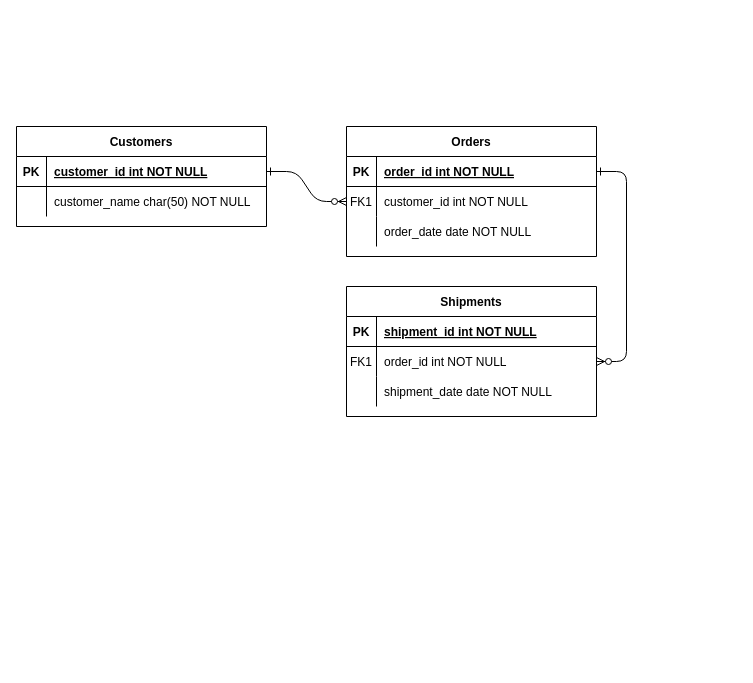
This is Pizza Diagram.drawio from CNuncio/database-exercises, a draw.io file, before an edit. Source tidied: cells renumbered, new cells numbered last; positions are measured from the earlier drawing's top-left corner, leaving out a move shared by most shapes. Both pictures are drawn from the tidied source at 100%, with x=0, y=0 at pixel (16, 126).
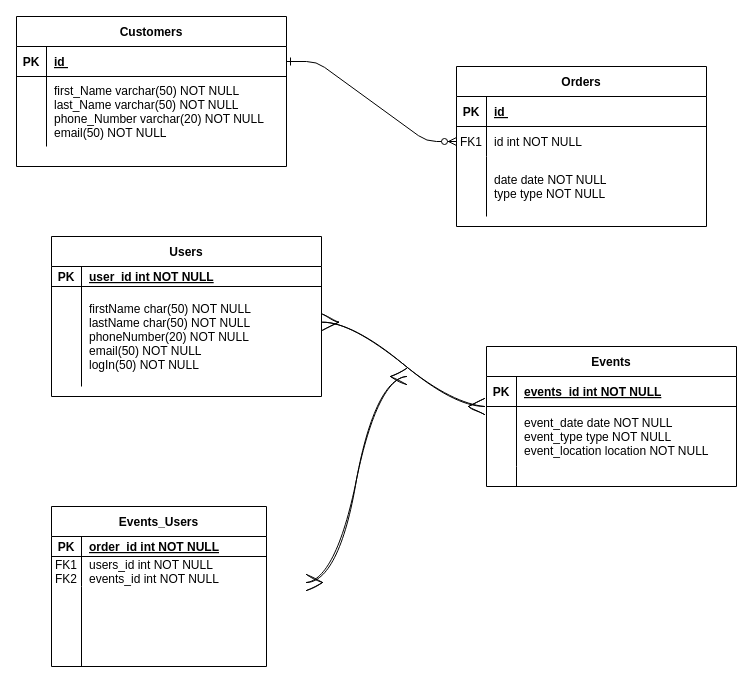
The same page after the edit.

Commit message:
Update Pizza/EventsUsers Diagram.drawio

The change refers to these unchanged cells:
```xml
<mxCell id="5" style="shape=partialRectangle;fillColor=none;points=[[0,0.5],[1,0.5]];portConstraint=eastwest;top=0;left=0;right=0;bottom=1;" parent="4" vertex="1">
  <mxGeometry y="30" width="250" height="30" as="geometry" />
</mxCell>
<mxCell id="8" style="shape=partialRectangle;fillColor=none;points=[[0,0.5],[1,0.5]];portConstraint=eastwest;top=0;left=0;right=0;bottom=0;" parent="4" vertex="1">
  <mxGeometry y="60" width="250" height="30" as="geometry" />
</mxCell>
```

The edit, as a diff of the source:
```diff
@@
-    <mxCell id="3" style="edgeStyle=entityRelationEdgeStyle;endArrow=ERzeroToMany;startArrow=ERone;endFill=1;startFill=0;" parent="1" edge="1" source="5" target="18">
-      <mxGeometry relative="1" as="geometry" />
-    </mxCell>
     <mxCell id="4" value="Orders" style="shape=table;startSize=30;childLayout=tableLayout;rowLines=0;fontStyle=1;align=center;" parent="1" vertex="1">
-      <mxGeometry x="330" width="250" height="130" as="geometry" />
+      <mxGeometry x="440" y="-60" width="250" height="160" as="geometry" />
     </mxCell>
@@
-    <mxCell id="7" value="order_id int NOT NULL " style="shape=partialRectangle;overflow=hidden;fillColor=none;top=0;left=0;bottom=0;right=0;align=left;spacingLeft=6;fontStyle=5;" parent="5" vertex="1">
+    <mxCell id="7" value="id " style="shape=partialRectangle;overflow=hidden;fillColor=none;top=0;left=0;bottom=0;right=0;align=left;spacingLeft=6;fontStyle=5;" parent="5" vertex="1">
       <mxGeometry x="30" width="220" height="30" as="geometry" />
     </mxCell>
@@
-    <mxCell id="10" value="customer_id int NOT NULL" style="shape=partialRectangle;overflow=hidden;fillColor=none;top=0;left=0;bottom=0;right=0;align=left;spacingLeft=6;" parent="8" vertex="1">
+    <mxCell id="10" value="id int NOT NULL" style="shape=partialRectangle;overflow=hidden;fillColor=none;top=0;left=0;bottom=0;right=0;align=left;spacingLeft=6;" parent="8" vertex="1">
       <mxGeometry x="30" width="220" height="30" as="geometry" />
     </mxCell>
     <mxCell id="11" style="shape=partialRectangle;fillColor=none;top=0;left=0;right=0;bottom=0;" parent="4" vertex="1">
-      <mxGeometry y="90" width="250" height="30" as="geometry" />
+      <mxGeometry y="90" width="250" height="60" as="geometry" />
     </mxCell>
     <mxCell id="12" style="shape=partialRectangle;overflow=hidden;fillColor=none;top=0;left=0;bottom=0;right=0;" parent="11" vertex="1">
-      <mxGeometry width="30" height="30" as="geometry" />
+      <mxGeometry width="30" height="60" as="geometry" />
     </mxCell>
-    <mxCell id="13" value="order_date date NOT NULL" style="shape=partialRectangle;overflow=hidden;fillColor=none;top=0;left=0;bottom=0;right=0;align=left;spacingLeft=6;" parent="11" vertex="1">
-      <mxGeometry x="30" width="220" height="30" as="geometry" />
+    <mxCell id="13" value="date date NOT NULL&#10;type type NOT NULL" style="shape=partialRectangle;overflow=hidden;fillColor=none;top=0;left=0;bottom=0;right=0;align=left;spacingLeft=6;" parent="11" vertex="1">
+      <mxGeometry x="30" width="220" height="60" as="geometry" />
     </mxCell>
-    <mxCell id="14" value="Shipments" style="shape=table;startSize=30;childLayout=tableLayout;rowLines=0;fontStyle=1;align=center;" parent="1" vertex="1">
-      <mxGeometry x="330" y="160" width="250" height="130" as="geometry" />
-    </mxCell>
-    <mxCell id="15" style="shape=partialRectangle;fillColor=none;top=0;left=0;right=0;bottom=1;" parent="14" vertex="1">
-      <mxGeometry y="30" width="250" height="30" as="geometry" />
-    </mxCell>
-    <mxCell id="16" value="PK" style="shape=partialRectangle;overflow=hidden;fillColor=none;top=0;left=0;bottom=0;right=0;fontStyle=1;" parent="15" vertex="1">
-      <mxGeometry width="30" height="30" as="geometry" />
-    </mxCell>
-    <mxCell id="17" value="shipment_id int NOT NULL " style="shape=partialRectangle;overflow=hidden;fillColor=none;top=0;left=0;bottom=0;right=0;align=left;spacingLeft=6;fontStyle=5;" parent="15" vertex="1">
-      <mxGeometry x="30" width="220" height="30" as="geometry" />
-    </mxCell>
-    <mxCell id="18" style="shape=partialRectangle;fillColor=none;points=[[0,0.5],[1,0.5]];portConstraint=eastwest;top=0;left=0;right=0;bottom=0;" parent="14" vertex="1">
-      <mxGeometry y="60" width="250" height="30" as="geometry" />
-    </mxCell>
-    <mxCell id="19" value="FK1" style="shape=partialRectangle;overflow=hidden;fillColor=none;top=0;left=0;bottom=0;right=0;" parent="18" vertex="1">
-      <mxGeometry width="30" height="30" as="geometry" />
-    </mxCell>
-    <mxCell id="20" value="order_id int NOT NULL" style="shape=partialRectangle;overflow=hidden;fillColor=none;top=0;left=0;bottom=0;right=0;align=left;spacingLeft=6;" parent="18" vertex="1">
-      <mxGeometry x="30" width="220" height="30" as="geometry" />
-    </mxCell>
-    <mxCell id="21" style="shape=partialRectangle;fillColor=none;top=0;left=0;right=0;bottom=0;" parent="14" vertex="1">
-      <mxGeometry y="90" width="250" height="30" as="geometry" />
-    </mxCell>
-    <mxCell id="22" style="shape=partialRectangle;overflow=hidden;fillColor=none;top=0;left=0;bottom=0;right=0;" parent="21" vertex="1">
-      <mxGeometry width="30" height="30" as="geometry" />
-    </mxCell>
-    <mxCell id="23" value="shipment_date date NOT NULL" style="shape=partialRectangle;overflow=hidden;fillColor=none;top=0;left=0;bottom=0;right=0;align=left;spacingLeft=6;" parent="21" vertex="1">
-      <mxGeometry x="30" width="220" height="30" as="geometry" />
-    </mxCell>
     <mxCell id="24" value="Customers" style="shape=table;startSize=30;childLayout=tableLayout;rowLines=0;fontStyle=1;align=center;" parent="1" vertex="1">
-      <mxGeometry width="250" height="100" as="geometry" />
+      <mxGeometry y="-110" width="270" height="150" as="geometry" />
     </mxCell>
     <mxCell id="25" style="shape=partialRectangle;fillColor=none;points=[[0,0.5],[1,0.5]];portConstraint=eastwest;top=0;left=0;right=0;bottom=1;" parent="24" vertex="1">
-      <mxGeometry y="30" width="250" height="30" as="geometry" />
+      <mxGeometry y="30" width="270" height="30" as="geometry" />
     </mxCell>
@@
-    <mxCell id="27" value="customer_id int NOT NULL " style="shape=partialRectangle;overflow=hidden;fillColor=none;top=0;left=0;bottom=0;right=0;align=left;spacingLeft=6;fontStyle=5;" parent="25" vertex="1">
-      <mxGeometry x="30" width="220" height="30" as="geometry" />
+    <mxCell id="27" value="id " style="shape=partialRectangle;overflow=hidden;fillColor=none;top=0;left=0;bottom=0;right=0;align=left;spacingLeft=6;fontStyle=5;" parent="25" vertex="1">
+      <mxGeometry x="30" width="240" height="30" as="geometry" />
     </mxCell>
     <mxCell id="28" style="shape=partialRectangle;fillColor=none;top=0;left=0;right=0;bottom=0;" parent="24" vertex="1">
-      <mxGeometry y="60" width="250" height="30" as="geometry" />
+      <mxGeometry y="60" width="270" height="70" as="geometry" />
     </mxCell>
     <mxCell id="29" style="shape=partialRectangle;overflow=hidden;fillColor=none;top=0;left=0;bottom=0;right=0;" parent="28" vertex="1">
-      <mxGeometry width="30" height="30" as="geometry" />
+      <mxGeometry width="30" height="70" as="geometry" />
     </mxCell>
-    <mxCell id="30" value="customer_name char(50) NOT NULL" style="shape=partialRectangle;overflow=hidden;fillColor=none;top=0;left=0;bottom=0;right=0;align=left;spacingLeft=6;" parent="28" vertex="1">
-      <mxGeometry x="30" width="220" height="30" as="geometry" />
+    <mxCell id="30" value="first_Name varchar(50) NOT NULL&#10;last_Name varchar(50) NOT NULL&#10;phone_Number varchar(20) NOT NULL&#10;email(50) NOT NULL" style="shape=partialRectangle;overflow=hidden;fillColor=none;top=0;left=0;bottom=0;right=0;align=left;spacingLeft=6;" parent="28" vertex="1">
+      <mxGeometry x="30" width="240" height="70" as="geometry" />
     </mxCell>
+    <mxCell id="31" value="Users" style="shape=table;startSize=30;childLayout=tableLayout;rowLines=0;fontStyle=1;align=center;" parent="1" vertex="1">
+      <mxGeometry x="35" y="110" width="270" height="160" as="geometry" />
+    </mxCell>
+    <mxCell id="32" style="shape=partialRectangle;fillColor=none;top=0;left=0;right=0;bottom=1;" parent="31" vertex="1">
+      <mxGeometry y="30" width="270" height="20" as="geometry" />
+    </mxCell>
+    <mxCell id="33" value="PK" style="shape=partialRectangle;overflow=hidden;fillColor=none;top=0;left=0;bottom=0;right=0;fontStyle=1;" parent="32" vertex="1">
+      <mxGeometry width="30" height="20" as="geometry" />
+    </mxCell>
+    <mxCell id="34" value="user_id int NOT NULL " style="shape=partialRectangle;overflow=hidden;fillColor=none;top=0;left=0;bottom=0;right=0;align=left;spacingLeft=6;fontStyle=5;" parent="32" vertex="1">
+      <mxGeometry x="30" width="240" height="20" as="geometry" />
+    </mxCell>
+    <mxCell id="35" style="shape=partialRectangle;fillColor=none;points=[[0,0.5],[1,0.5]];portConstraint=eastwest;top=0;left=0;right=0;bottom=0;" parent="31" vertex="1">
+      <mxGeometry y="50" width="270" height="100" as="geometry" />
+    </mxCell>
+    <mxCell id="36" style="shape=partialRectangle;overflow=hidden;fillColor=none;top=0;left=0;bottom=0;right=0;" parent="35" vertex="1">
+      <mxGeometry width="30" height="100" as="geometry" />
+    </mxCell>
+    <mxCell id="37" value="firstName char(50) NOT NULL&#10;lastName char(50) NOT NULL&#10;phoneNumber(20) NOT NULL&#10;email(50) NOT NULL&#10;logIn(50) NOT NULL" style="shape=partialRectangle;overflow=hidden;fillColor=none;top=0;left=0;bottom=0;right=0;align=left;spacingLeft=6;" parent="35" vertex="1">
+      <mxGeometry x="30" width="240" height="100" as="geometry" />
+    </mxCell>
+    <mxCell id="38" value="Events" style="shape=table;startSize=30;childLayout=tableLayout;rowLines=0;fontStyle=1;align=center;" parent="1" vertex="1">
+      <mxGeometry x="470" y="220" width="250" height="140" as="geometry" />
+    </mxCell>
+    <mxCell id="15" style="shape=partialRectangle;fillColor=none;top=0;left=0;right=0;bottom=1;" parent="38" vertex="1">
+      <mxGeometry y="30" width="250" height="30" as="geometry" />
+    </mxCell>
+    <mxCell id="16" value="PK" style="shape=partialRectangle;overflow=hidden;fillColor=none;top=0;left=0;bottom=0;right=0;fontStyle=1;" parent="15" vertex="1">
+      <mxGeometry width="30" height="30" as="geometry" />
+    </mxCell>
+    <mxCell id="39" value="events_id int NOT NULL " style="shape=partialRectangle;overflow=hidden;fillColor=none;top=0;left=0;bottom=0;right=0;align=left;spacingLeft=6;fontStyle=5;" parent="15" vertex="1">
+      <mxGeometry x="30" width="220" height="30" as="geometry" />
+    </mxCell>
+    <mxCell id="40" style="shape=partialRectangle;fillColor=none;points=[[0,0.5],[1,0.5]];portConstraint=eastwest;top=0;left=0;right=0;bottom=0;" parent="38" vertex="1">
+      <mxGeometry y="60" width="250" height="60" as="geometry" />
+    </mxCell>
+    <mxCell id="41" style="shape=partialRectangle;overflow=hidden;fillColor=none;top=0;left=0;bottom=0;right=0;" parent="40" vertex="1">
+      <mxGeometry width="30" height="60" as="geometry" />
+    </mxCell>
+    <mxCell id="42" value="event_date date NOT NULL&#10;event_type type NOT NULL&#10;event_location location NOT NULL" style="shape=partialRectangle;overflow=hidden;fillColor=none;top=0;left=0;bottom=0;right=0;align=left;spacingLeft=6;" parent="40" vertex="1">
+      <mxGeometry x="30" width="220" height="60" as="geometry" />
+    </mxCell>
+    <mxCell id="43" style="shape=partialRectangle;fillColor=none;top=0;left=0;right=0;bottom=0;" parent="38" vertex="1">
+      <mxGeometry y="120" width="250" height="20" as="geometry" />
+    </mxCell>
+    <mxCell id="44" style="shape=partialRectangle;overflow=hidden;fillColor=none;top=0;left=0;bottom=0;right=0;" parent="43" vertex="1">
+      <mxGeometry width="30" height="20" as="geometry" />
+    </mxCell>
+    <mxCell id="45" style="shape=partialRectangle;overflow=hidden;fillColor=none;top=0;left=0;bottom=0;right=0;align=left;spacingLeft=6;" parent="43" vertex="1">
+      <mxGeometry x="30" width="220" height="20" as="geometry" />
+    </mxCell>
+    <mxCell id="46" style="edgeStyle=entityRelationEdgeStyle;fontSize=12;html=1;endArrow=ERmany;startArrow=ERmany;rounded=0;sketch=1;hachureGap=4;fontFamily=Architects Daughter;startSize=14;endSize=14;sourcePerimeterSpacing=8;targetPerimeterSpacing=8;curved=1;entryX=-0.008;entryY=0;entryDx=0;entryDy=0;entryPerimeter=0;exitX=1.004;exitY=0.357;exitDx=0;exitDy=0;exitPerimeter=0;" parent="1" edge="1" source="35" target="40">
+      <mxGeometry relative="1" as="geometry" />
+    </mxCell>
+    <mxCell id="47" value="Events_Users" style="shape=table;startSize=30;childLayout=tableLayout;rowLines=0;fontStyle=1;align=center;" parent="1" vertex="1">
+      <mxGeometry x="35" y="380" width="215" height="160" as="geometry" />
+    </mxCell>
+    <mxCell id="48" style="shape=partialRectangle;fillColor=none;top=0;left=0;right=0;bottom=1;" parent="47" vertex="1">
+      <mxGeometry y="30" width="215" height="20" as="geometry" />
+    </mxCell>
+    <mxCell id="49" value="PK" style="shape=partialRectangle;overflow=hidden;fillColor=none;top=0;left=0;bottom=0;right=0;fontStyle=1;" parent="48" vertex="1">
+      <mxGeometry width="30" height="20" as="geometry" />
+    </mxCell>
+    <mxCell id="20" value="order_id int NOT NULL " style="shape=partialRectangle;overflow=hidden;fillColor=none;top=0;left=0;bottom=0;right=0;align=left;spacingLeft=6;fontStyle=5;" parent="48" vertex="1">
+      <mxGeometry x="30" width="185" height="20" as="geometry" />
+    </mxCell>
+    <mxCell id="50" style="shape=partialRectangle;fillColor=none;top=0;left=0;right=0;bottom=0;" parent="47" vertex="1">
+      <mxGeometry y="50" width="215" height="30" as="geometry" />
+    </mxCell>
+    <mxCell id="51" value="FK1&#10;FK2" style="shape=partialRectangle;overflow=hidden;fillColor=none;top=0;left=0;bottom=0;right=0;" parent="50" vertex="1">
+      <mxGeometry width="30" height="30" as="geometry" />
+    </mxCell>
+    <mxCell id="52" value="users_id int NOT NULL&#10;events_id int NOT NULL" style="shape=partialRectangle;overflow=hidden;fillColor=none;top=0;left=0;bottom=0;right=0;align=left;spacingLeft=6;" parent="50" vertex="1">
+      <mxGeometry x="30" width="185" height="30" as="geometry" />
+    </mxCell>
+    <mxCell id="53" style="shape=partialRectangle;fillColor=none;top=0;left=0;right=0;bottom=0;" parent="47" vertex="1">
+      <mxGeometry y="80" width="215" height="80" as="geometry" />
+    </mxCell>
+    <mxCell id="54" style="shape=partialRectangle;overflow=hidden;fillColor=none;top=0;left=0;bottom=0;right=0;" parent="53" vertex="1">
+      <mxGeometry width="30" height="80" as="geometry" />
+    </mxCell>
+    <mxCell id="55" style="shape=partialRectangle;overflow=hidden;fillColor=none;top=0;left=0;bottom=0;right=0;align=left;spacingLeft=6;" parent="53" vertex="1">
+      <mxGeometry x="30" width="185" height="80" as="geometry" />
+    </mxCell>
+    <mxCell id="56" style="edgeStyle=entityRelationEdgeStyle;fontSize=12;html=1;endArrow=ERmany;startArrow=ERmany;rounded=0;sketch=1;hachureGap=4;fontFamily=Architects Daughter;startSize=14;endSize=14;sourcePerimeterSpacing=8;targetPerimeterSpacing=8;curved=1;exitX=1.004;exitY=0.357;exitDx=0;exitDy=0;exitPerimeter=0;" parent="1" edge="1">
+      <mxGeometry relative="1" as="geometry">
+        <mxPoint x="290" y="456" as="sourcePoint" />
+        <mxPoint x="390" y="250" as="targetPoint" />
+      </mxGeometry>
+    </mxCell>
```
